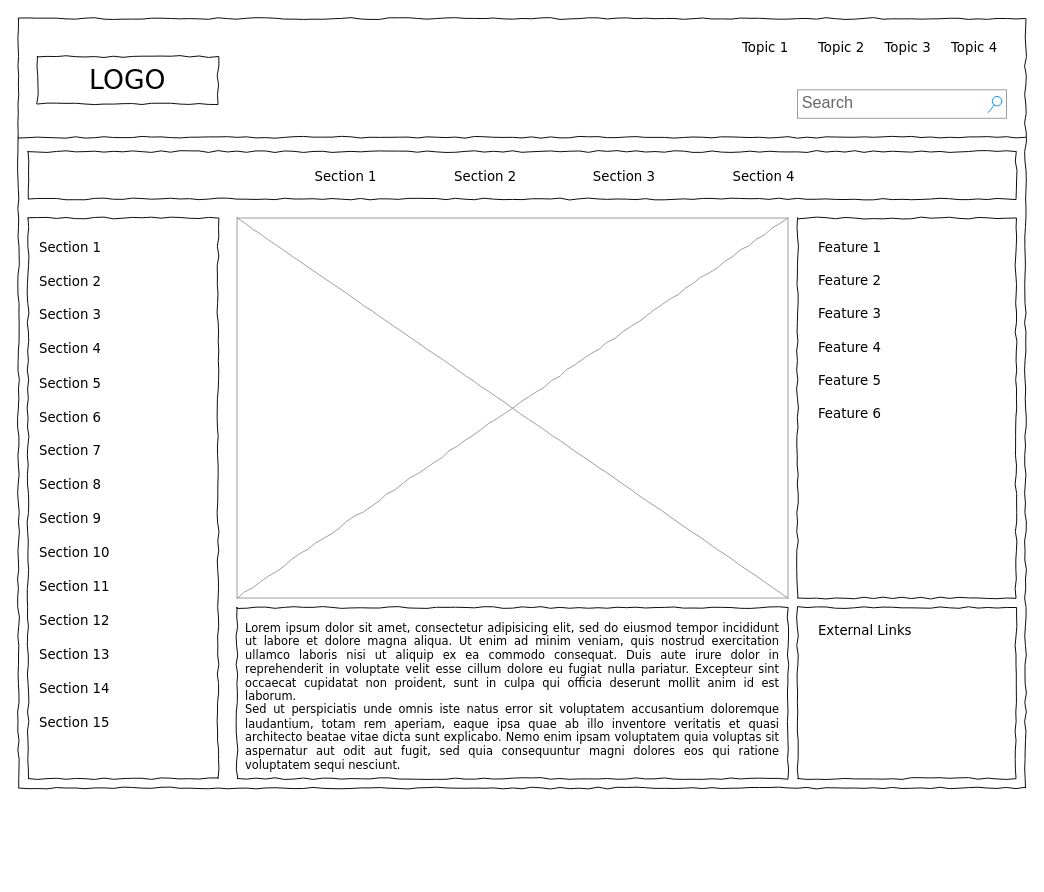
The draw.io diagram Untitled Diagram.drawio in agbthomas/wdd130, before the edit. Source tidied: cells renumbered, new cells numbered last; positions are measured from the earlier drawing's top-left corner, leaving out a move shared by most shapes. Both pictures are drawn from the tidied source at 95%, with x=0, y=0 at pixel (18, 18).
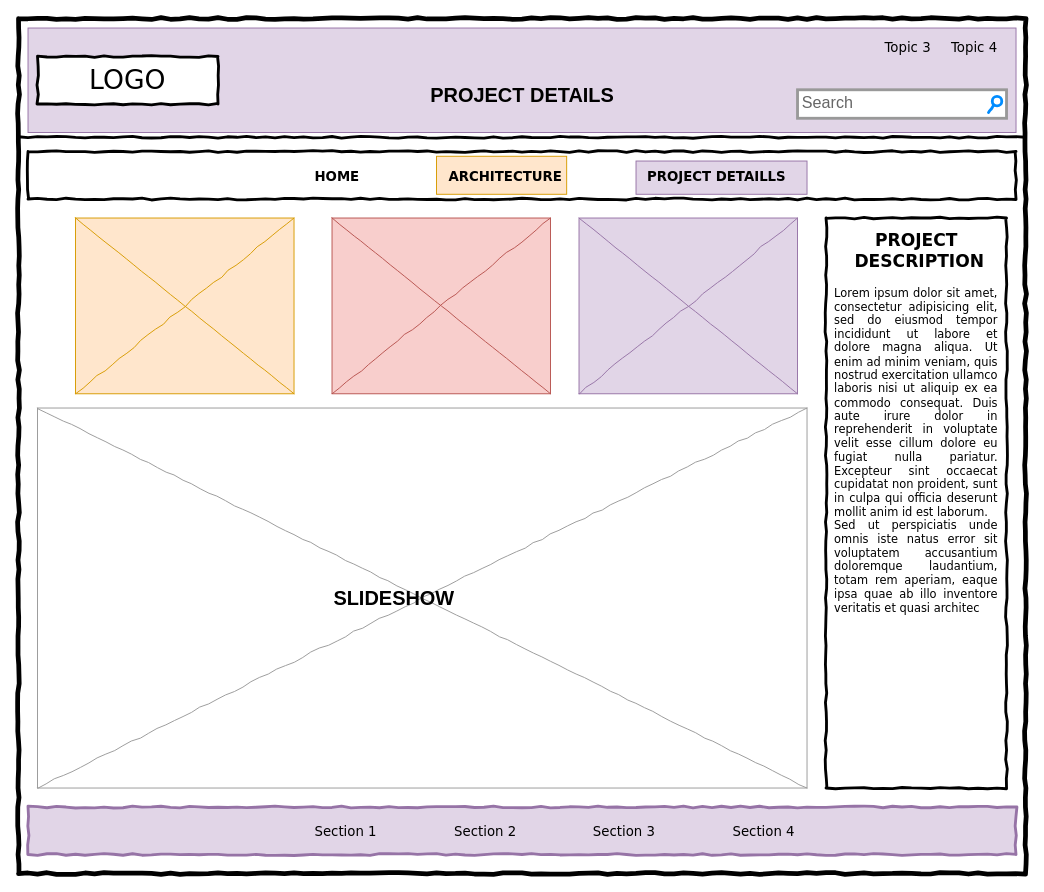
The same page after the edit.

Change to the diagram source:
```diff
@@
+    <mxCell id="42" style="whiteSpace=wrap;html=1;fontSize=16;fillColor=#e1d5e7;strokeColor=#9673a6;" parent="1" vertex="1">
+      <mxGeometry x="650" y="150" width="180" height="35" as="geometry" />
+    </mxCell>
+    <mxCell id="43" style="whiteSpace=wrap;html=1;fontSize=16;fillColor=#ffe6cc;strokeColor=#d79b00;" parent="1" vertex="1">
+      <mxGeometry x="440" y="145" width="137" height="40" as="geometry" />
+    </mxCell>
+    <mxCell id="44" style="whiteSpace=wrap;html=1;fontSize=16;fillColor=#e1d5e7;strokeColor=#9673a6;" parent="1" vertex="1">
+      <mxGeometry x="10" y="10" width="1040" height="110" as="geometry" />
+    </mxCell>
-    <mxCell id="2" style="whiteSpace=wrap;html=1;rounded=0;shadow=0;labelBackgroundColor=none;strokeColor=#000000;strokeWidth=1;fillColor=none;fontFamily=Verdana;fontSize=12;fontColor=#000000;align=center;comic=1;" parent="1" vertex="1">
-      <mxGeometry width="1060" height="810" as="geometry" />
+    <mxCell id="2" style="whiteSpace=wrap;html=1;rounded=0;shadow=0;labelBackgroundColor=none;strokeColor=#000000;strokeWidth=5;fillColor=none;fontFamily=Verdana;fontSize=12;fontColor=#000000;align=center;comic=1;" parent="1" vertex="1">
+      <mxGeometry width="1060" height="900" as="geometry" />
     </mxCell>
-    <mxCell id="3" value="LOGO" style="whiteSpace=wrap;html=1;rounded=0;shadow=0;labelBackgroundColor=none;strokeWidth=1;fontFamily=Verdana;fontSize=28;align=center;comic=1;" parent="1" vertex="1">
+    <mxCell id="3" value="LOGO" style="whiteSpace=wrap;html=1;rounded=0;shadow=0;labelBackgroundColor=none;strokeWidth=3;fontFamily=Verdana;fontSize=28;align=center;comic=1;" parent="1" vertex="1">
       <mxGeometry x="20" y="40" width="190" height="50" as="geometry" />
     </mxCell>
-    <mxCell id="4" value="Search" style="strokeWidth=1;shadow=0;dashed=0;align=center;html=1;shape=mxgraph.mockup.forms.searchBox;strokeColor=#999999;mainText=;strokeColor2=#008cff;fontColor=#666666;fontSize=17;align=left;spacingLeft=3;rounded=0;labelBackgroundColor=none;comic=1;" parent="1" vertex="1">
+    <mxCell id="4" value="Search" style="strokeWidth=3;shadow=0;dashed=0;align=center;html=1;shape=mxgraph.mockup.forms.searchBox;strokeColor=#999999;mainText=;strokeColor2=#008cff;fontColor=#666666;fontSize=17;align=left;spacingLeft=3;rounded=0;labelBackgroundColor=none;comic=1;" parent="1" vertex="1">
       <mxGeometry x="820" y="75" width="220" height="30" as="geometry" />
     </mxCell>
-    <mxCell id="5" value="Topic 1" style="text;html=1;align=left;verticalAlign=top;spacingTop=-4;fontSize=14;fontFamily=Verdana;" parent="1" vertex="1">
-      <mxGeometry x="760" y="20" width="60" height="20" as="geometry" />
-    </mxCell>
-    <mxCell id="6" value="Topic 2" style="text;html=1;align=left;verticalAlign=top;spacingTop=-4;fontSize=14;fontFamily=Verdana;" parent="1" vertex="1">
-      <mxGeometry x="840" y="20" width="60" height="20" as="geometry" />
-    </mxCell>
@@
-    <mxCell id="9" style="whiteSpace=wrap;html=1;rounded=0;shadow=0;labelBackgroundColor=none;strokeWidth=1;fillColor=none;fontFamily=Verdana;fontSize=12;align=center;comic=1;" parent="1" vertex="1">
-      <mxGeometry x="10" y="210" width="200" height="590" as="geometry" />
-    </mxCell>
-    <mxCell id="10" style="line;strokeWidth=1;html=1;rounded=0;shadow=0;labelBackgroundColor=none;fillColor=none;fontFamily=Verdana;fontSize=14;fontColor=#000000;align=center;comic=1;" parent="1" vertex="1">
+    <mxCell id="10" style="line;strokeWidth=3;html=1;rounded=0;shadow=0;labelBackgroundColor=none;fillColor=none;fontFamily=Verdana;fontSize=14;fontColor=#000000;align=center;comic=1;" parent="1" vertex="1">
       <mxGeometry y="120" width="1060" height="10" as="geometry" />
     </mxCell>
-    <mxCell id="11" style="whiteSpace=wrap;html=1;rounded=0;shadow=0;labelBackgroundColor=none;strokeWidth=1;fillColor=none;fontFamily=Verdana;fontSize=12;align=center;comic=1;" parent="1" vertex="1">
+    <mxCell id="11" style="whiteSpace=wrap;html=1;rounded=0;shadow=0;labelBackgroundColor=none;strokeWidth=3;fillColor=none;fontFamily=Verdana;fontSize=12;align=center;comic=1;" parent="1" vertex="1">
       <mxGeometry x="10" y="140" width="1040" height="50" as="geometry" />
     </mxCell>
-    <mxCell id="12" value="Section 1" style="text;html=1;align=left;verticalAlign=top;spacingTop=-4;fontSize=14;fontFamily=Verdana;" parent="1" vertex="1">
+    <mxCell id="12" value="&lt;b&gt;HOME&lt;/b&gt;" style="text;html=1;align=left;verticalAlign=top;spacingTop=-4;fontSize=14;fontFamily=Verdana;" parent="1" vertex="1">
       <mxGeometry x="310" y="155" width="60" height="20" as="geometry" />
     </mxCell>
-    <mxCell id="13" value="Section 2" style="text;html=1;align=left;verticalAlign=top;spacingTop=-4;fontSize=14;fontFamily=Verdana;" parent="1" vertex="1">
-      <mxGeometry x="457" y="155" width="60" height="20" as="geometry" />
+    <mxCell id="13" value="&lt;b&gt;ARCHITECTURE&lt;/b&gt;" style="text;html=1;align=left;verticalAlign=top;spacingTop=-4;fontSize=14;fontFamily=Verdana;" parent="1" vertex="1">
+      <mxGeometry x="451" y="155" width="60" height="20" as="geometry" />
     </mxCell>
-    <mxCell id="14" value="Section 3" style="text;html=1;align=left;verticalAlign=top;spacingTop=-4;fontSize=14;fontFamily=Verdana;" parent="1" vertex="1">
-      <mxGeometry x="603" y="155" width="60" height="20" as="geometry" />
+    <mxCell id="14" value="&lt;b&gt;PROJECT DETAILLS&lt;/b&gt;" style="text;html=1;align=left;verticalAlign=top;spacingTop=-4;fontSize=14;fontFamily=Verdana;" parent="1" vertex="1">
+      <mxGeometry x="660" y="155" width="60" height="20" as="geometry" />
     </mxCell>
-    <mxCell id="15" value="Section 4" style="text;html=1;align=left;verticalAlign=top;spacingTop=-4;fontSize=14;fontFamily=Verdana;" parent="1" vertex="1">
-      <mxGeometry x="750" y="155" width="60" height="20" as="geometry" />
-    </mxCell>
-    <mxCell id="16" value="&lt;div style=&quot;text-align: justify&quot;&gt;&lt;span&gt;Lorem ipsum dolor sit amet, consectetur adipisicing elit, sed do eiusmod tempor incididunt ut labore et dolore magna aliqua. Ut enim ad minim veniam, quis nostrud exercitation ullamco laboris nisi ut aliquip ex ea commodo consequat. Duis aute irure dolor in reprehenderit in voluptate velit esse cillum dolore eu fugiat nulla pariatur. Excepteur sint occaecat cupidatat non proident, sunt in culpa qui officia deserunt mollit anim id est laborum.&lt;/span&gt;&lt;/div&gt;&lt;div style=&quot;text-align: justify&quot;&gt;&lt;span&gt;Sed ut perspiciatis unde omnis iste natus error sit voluptatem accusantium doloremque laudantium, totam rem aperiam, eaque ipsa quae ab illo inventore veritatis et quasi architecto beatae vitae dicta sunt explicabo. Nemo enim ipsam voluptatem quia voluptas sit aspernatur aut odit aut fugit, sed quia consequuntur magni dolores eos qui ratione voluptatem sequi nesciunt.&amp;nbsp;&lt;/span&gt;&lt;/div&gt;" style="whiteSpace=wrap;html=1;rounded=0;shadow=0;labelBackgroundColor=none;strokeWidth=1;fillColor=none;fontFamily=Verdana;fontSize=12;align=center;verticalAlign=top;spacing=10;comic=1;" parent="1" vertex="1">
-      <mxGeometry x="230" y="620" width="580" height="180" as="geometry" />
+    <mxCell id="16" value="&lt;div style=&quot;text-align: justify&quot;&gt;&lt;span&gt;&lt;br&gt;&lt;/span&gt;&lt;/div&gt;&lt;div style=&quot;text-align: justify&quot;&gt;&lt;span&gt;&lt;br&gt;&lt;/span&gt;&lt;/div&gt;&lt;div style=&quot;text-align: justify&quot;&gt;&lt;span&gt;&lt;br&gt;&lt;/span&gt;&lt;/div&gt;&lt;div style=&quot;text-align: justify&quot;&gt;&lt;span&gt;&lt;br&gt;&lt;/span&gt;&lt;/div&gt;&lt;div style=&quot;text-align: justify&quot;&gt;&lt;span&gt;Lorem ipsum dolor sit amet, consectetur adipisicing elit, sed do eiusmod tempor incididunt ut labore et dolore magna aliqua. Ut enim ad minim veniam, quis nostrud exercitation ullamco laboris nisi ut aliquip ex ea commodo consequat. Duis aute irure dolor in reprehenderit in voluptate velit esse cillum dolore eu fugiat nulla pariatur. Excepteur sint occaecat cupidatat non proident, sunt in culpa qui officia deserunt mollit anim id est laborum.&lt;/span&gt;&lt;/div&gt;&lt;div style=&quot;text-align: justify&quot;&gt;&lt;span&gt;Sed ut perspiciatis unde omnis iste natus error sit voluptatem accusantium doloremque laudantium, totam rem aperiam, eaque ipsa quae ab illo inventore veritatis et quasi architec&lt;/span&gt;&lt;/div&gt;" style="whiteSpace=wrap;html=1;rounded=0;shadow=0;labelBackgroundColor=none;strokeWidth=3;fillColor=none;fontFamily=Verdana;fontSize=12;align=center;verticalAlign=top;spacing=10;comic=1;" parent="1" vertex="1">
+      <mxGeometry x="850" y="210" width="190" height="600" as="geometry" />
     </mxCell>
     <mxCell id="17" style="verticalLabelPosition=bottom;shadow=0;dashed=0;align=center;html=1;verticalAlign=top;strokeWidth=1;shape=mxgraph.mockup.graphics.simpleIcon;strokeColor=#999999;rounded=0;labelBackgroundColor=none;fontFamily=Verdana;fontSize=14;fontColor=#000000;comic=1;" parent="1" vertex="1">
-      <mxGeometry x="230" y="210" width="580" height="400" as="geometry" />
+      <mxGeometry x="20" y="410" width="810" height="400" as="geometry" />
     </mxCell>
-    <mxCell id="18" style="whiteSpace=wrap;html=1;rounded=0;shadow=0;labelBackgroundColor=none;strokeWidth=1;fillColor=none;fontFamily=Verdana;fontSize=12;align=center;comic=1;" parent="1" vertex="1">
-      <mxGeometry x="820" y="210" width="230" height="400" as="geometry" />
-    </mxCell>
-    <mxCell id="19" style="whiteSpace=wrap;html=1;rounded=0;shadow=0;labelBackgroundColor=none;strokeWidth=1;fillColor=none;fontFamily=Verdana;fontSize=12;align=center;comic=1;" parent="1" vertex="1">
-      <mxGeometry x="820" y="620" width="230" height="180" as="geometry" />
-    </mxCell>
+    <mxCell id="45" style="whiteSpace=wrap;html=1;rounded=0;shadow=0;labelBackgroundColor=none;strokeWidth=3;fillColor=#e1d5e7;fontFamily=Verdana;fontSize=12;align=center;comic=1;strokeColor=#9673a6;" parent="1" vertex="1">
+      <mxGeometry x="10" y="830" width="1040" height="50" as="geometry" />
+    </mxCell>
     <mxCell id="20" value="Section 1" style="text;html=1;align=left;verticalAlign=top;spacingTop=-4;fontSize=14;fontFamily=Verdana;" parent="1" vertex="1">
-      <mxGeometry x="20" y="230" width="170" height="20" as="geometry" />
+      <mxGeometry x="310" y="845" width="60" height="20" as="geometry" />
     </mxCell>
     <mxCell id="21" value="Section 2" style="text;html=1;align=left;verticalAlign=top;spacingTop=-4;fontSize=14;fontFamily=Verdana;" parent="1" vertex="1">
-      <mxGeometry x="20" y="266" width="170" height="20" as="geometry" />
+      <mxGeometry x="457" y="845" width="60" height="20" as="geometry" />
     </mxCell>
     <mxCell id="22" value="Section 3" style="text;html=1;align=left;verticalAlign=top;spacingTop=-4;fontSize=14;fontFamily=Verdana;" parent="1" vertex="1">
-      <mxGeometry x="20" y="301" width="170" height="20" as="geometry" />
+      <mxGeometry x="603" y="845" width="60" height="20" as="geometry" />
     </mxCell>
-    <mxCell id="23" value="Section 4" style="text;html=1;align=left;verticalAlign=top;spacingTop=-4;fontSize=14;fontFamily=Verdana;" parent="1" vertex="1">
-      <mxGeometry x="20" y="337" width="170" height="20" as="geometry" />
-    </mxCell>
-    <mxCell id="24" value="Section 7" style="text;html=1;align=left;verticalAlign=top;spacingTop=-4;fontSize=14;fontFamily=Verdana;" parent="1" vertex="1">
-      <mxGeometry x="20" y="444" width="170" height="20" as="geometry" />
-    </mxCell>
-    <mxCell id="25" value="Section 8" style="text;html=1;align=left;verticalAlign=top;spacingTop=-4;fontSize=14;fontFamily=Verdana;" parent="1" vertex="1">
-      <mxGeometry x="20" y="480" width="170" height="20" as="geometry" />
-    </mxCell>
-    <mxCell id="26" value="Section 9" style="text;html=1;align=left;verticalAlign=top;spacingTop=-4;fontSize=14;fontFamily=Verdana;" parent="1" vertex="1">
-      <mxGeometry x="20" y="516" width="170" height="20" as="geometry" />
-    </mxCell>
-    <mxCell id="27" value="Section 10" style="text;html=1;align=left;verticalAlign=top;spacingTop=-4;fontSize=14;fontFamily=Verdana;" parent="1" vertex="1">
-      <mxGeometry x="20" y="551" width="170" height="20" as="geometry" />
-    </mxCell>
-    <mxCell id="28" value="Section 11" style="text;html=1;align=left;verticalAlign=top;spacingTop=-4;fontSize=14;fontFamily=Verdana;" parent="1" vertex="1">
-      <mxGeometry x="20" y="587" width="170" height="20" as="geometry" />
-    </mxCell>
-    <mxCell id="29" value="Section 12" style="text;html=1;align=left;verticalAlign=top;spacingTop=-4;fontSize=14;fontFamily=Verdana;" parent="1" vertex="1">
-      <mxGeometry x="20" y="623" width="170" height="20" as="geometry" />
-    </mxCell>
-    <mxCell id="30" value="Section 13" style="text;html=1;align=left;verticalAlign=top;spacingTop=-4;fontSize=14;fontFamily=Verdana;" parent="1" vertex="1">
-      <mxGeometry x="20" y="659" width="170" height="20" as="geometry" />
-    </mxCell>
-    <mxCell id="31" value="Section 14" style="text;html=1;align=left;verticalAlign=top;spacingTop=-4;fontSize=14;fontFamily=Verdana;" parent="1" vertex="1">
-      <mxGeometry x="20" y="694" width="170" height="20" as="geometry" />
-    </mxCell>
-    <mxCell id="32" value="Section 5" style="text;html=1;align=left;verticalAlign=top;spacingTop=-4;fontSize=14;fontFamily=Verdana;" parent="1" vertex="1">
-      <mxGeometry x="20" y="373" width="170" height="20" as="geometry" />
-    </mxCell>
-    <mxCell id="33" value="Section 6" style="text;html=1;align=left;verticalAlign=top;spacingTop=-4;fontSize=14;fontFamily=Verdana;" parent="1" vertex="1">
-      <mxGeometry x="20" y="409" width="170" height="20" as="geometry" />
-    </mxCell>
-    <mxCell id="34" value="Section 15" style="text;html=1;align=left;verticalAlign=top;spacingTop=-4;fontSize=14;fontFamily=Verdana;" parent="1" vertex="1">
-      <mxGeometry x="20" y="730" width="170" height="20" as="geometry" />
-    </mxCell>
-    <mxCell id="35" value="External Links" style="text;html=1;align=left;verticalAlign=top;spacingTop=-4;fontSize=14;fontFamily=Verdana;" parent="1" vertex="1">
-      <mxGeometry x="840" y="633" width="170" height="20" as="geometry" />
-    </mxCell>
-    <mxCell id="36" value="Feature 1" style="text;html=1;align=left;verticalAlign=top;spacingTop=-4;fontSize=14;fontFamily=Verdana;" parent="1" vertex="1">
-      <mxGeometry x="840" y="230" width="170" height="20" as="geometry" />
-    </mxCell>
-    <mxCell id="37" value="Feature 2" style="text;html=1;align=left;verticalAlign=top;spacingTop=-4;fontSize=14;fontFamily=Verdana;" parent="1" vertex="1">
-      <mxGeometry x="840" y="265" width="170" height="20" as="geometry" />
-    </mxCell>
-    <mxCell id="38" value="Feature 3" style="text;html=1;align=left;verticalAlign=top;spacingTop=-4;fontSize=14;fontFamily=Verdana;" parent="1" vertex="1">
-      <mxGeometry x="840" y="300" width="170" height="20" as="geometry" />
-    </mxCell>
-    <mxCell id="39" value="Feature 4" style="text;html=1;align=left;verticalAlign=top;spacingTop=-4;fontSize=14;fontFamily=Verdana;" parent="1" vertex="1">
-      <mxGeometry x="840" y="335" width="170" height="20" as="geometry" />
-    </mxCell>
-    <mxCell id="40" value="Feature 5" style="text;html=1;align=left;verticalAlign=top;spacingTop=-4;fontSize=14;fontFamily=Verdana;" parent="1" vertex="1">
-      <mxGeometry x="840" y="370" width="170" height="20" as="geometry" />
-    </mxCell>
-    <mxCell id="41" value="Feature 6" style="text;html=1;align=left;verticalAlign=top;spacingTop=-4;fontSize=14;fontFamily=Verdana;" parent="1" vertex="1">
-      <mxGeometry x="840" y="405" width="170" height="20" as="geometry" />
-    </mxCell>
+    <mxCell id="46" value="Section 4" style="text;html=1;align=left;verticalAlign=top;spacingTop=-4;fontSize=14;fontFamily=Verdana;" parent="1" vertex="1">
+      <mxGeometry x="750" y="845" width="60" height="20" as="geometry" />
+    </mxCell>
+    <mxCell id="47" value="&lt;b&gt;&lt;font style=&quot;font-size: 21px;&quot;&gt;SLIDESHOW&lt;/font&gt;&lt;/b&gt;" style="text;html=1;align=center;verticalAlign=middle;strokeColor=none;fillColor=none;fontSize=16;" parent="1" vertex="1">
+      <mxGeometry x="320" y="590" width="150" height="40" as="geometry" />
+    </mxCell>
+    <mxCell id="48" value="&lt;b&gt;&lt;font style=&quot;font-size: 18px;&quot;&gt;PROJECT&lt;br&gt;&amp;nbsp;DESCRIPTION&lt;/font&gt;&lt;/b&gt;" style="text;html=1;align=center;verticalAlign=top;spacingTop=-4;fontSize=14;fontFamily=Verdana;" parent="1" vertex="1">
+      <mxGeometry x="860" y="220" width="170" height="20" as="geometry" />
+    </mxCell>
+    <mxCell id="49" value="&lt;span style=&quot;font-size: 21px;&quot;&gt;&lt;b&gt;PROJECT DETAILS&lt;/b&gt;&lt;/span&gt;" style="text;html=1;align=center;verticalAlign=middle;strokeColor=none;fillColor=none;fontSize=16;" parent="1" vertex="1">
+      <mxGeometry x="420" y="60" width="220" height="40" as="geometry" />
+    </mxCell>
+    <mxCell id="50" style="verticalLabelPosition=bottom;shadow=0;dashed=0;align=center;html=1;verticalAlign=top;strokeWidth=1;shape=mxgraph.mockup.graphics.simpleIcon;strokeColor=#d79b00;rounded=0;labelBackgroundColor=none;fontFamily=Verdana;fontSize=14;comic=1;fillColor=#ffe6cc;" parent="1" vertex="1">
+      <mxGeometry x="60" y="210" width="230" height="185" as="geometry" />
+    </mxCell>
+    <mxCell id="51" style="verticalLabelPosition=bottom;shadow=0;dashed=0;align=center;html=1;verticalAlign=top;strokeWidth=1;shape=mxgraph.mockup.graphics.simpleIcon;strokeColor=#b85450;rounded=0;labelBackgroundColor=none;fontFamily=Verdana;fontSize=14;comic=1;fillColor=#f8cecc;" parent="1" vertex="1">
+      <mxGeometry x="330" y="210" width="230" height="185" as="geometry" />
+    </mxCell>
+    <mxCell id="52" style="verticalLabelPosition=bottom;shadow=0;dashed=0;align=center;html=1;verticalAlign=top;strokeWidth=1;shape=mxgraph.mockup.graphics.simpleIcon;strokeColor=#9673a6;rounded=0;labelBackgroundColor=none;fontFamily=Verdana;fontSize=14;comic=1;fillColor=#e1d5e7;" parent="1" vertex="1">
+      <mxGeometry x="590" y="210" width="230" height="185" as="geometry" />
+    </mxCell>
```
